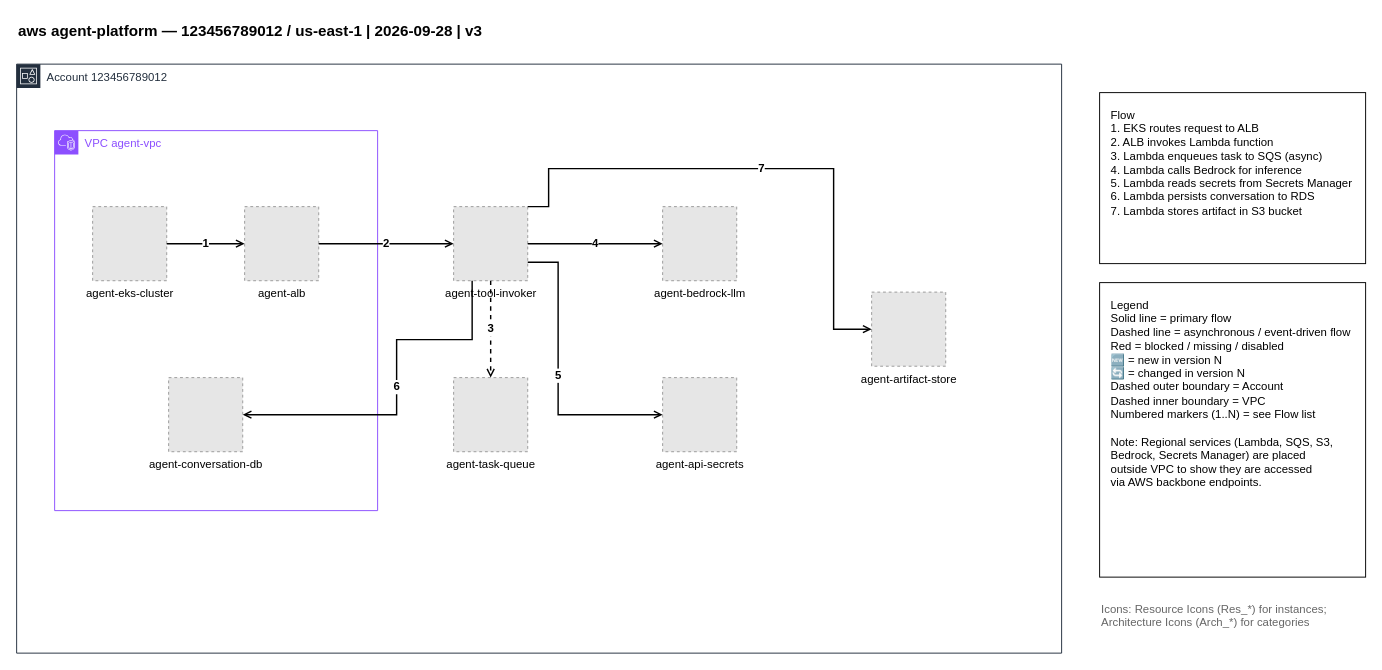
Earlier version of the draw.io diagram examples/aws/01-aws-agent-platform.drawio (totoshko88/Cloud_Architecture). Source tidied: cells renumbered, new cells numbered last; positions are measured from the earlier drawing's top-left corner, leaving out a move shared by most shapes. Both pictures are drawn from the tidied source at 95%, with x=0, y=0 at pixel (16, 16). Pictures stored in the file or linked from it are replaced by grey dashed boxes.
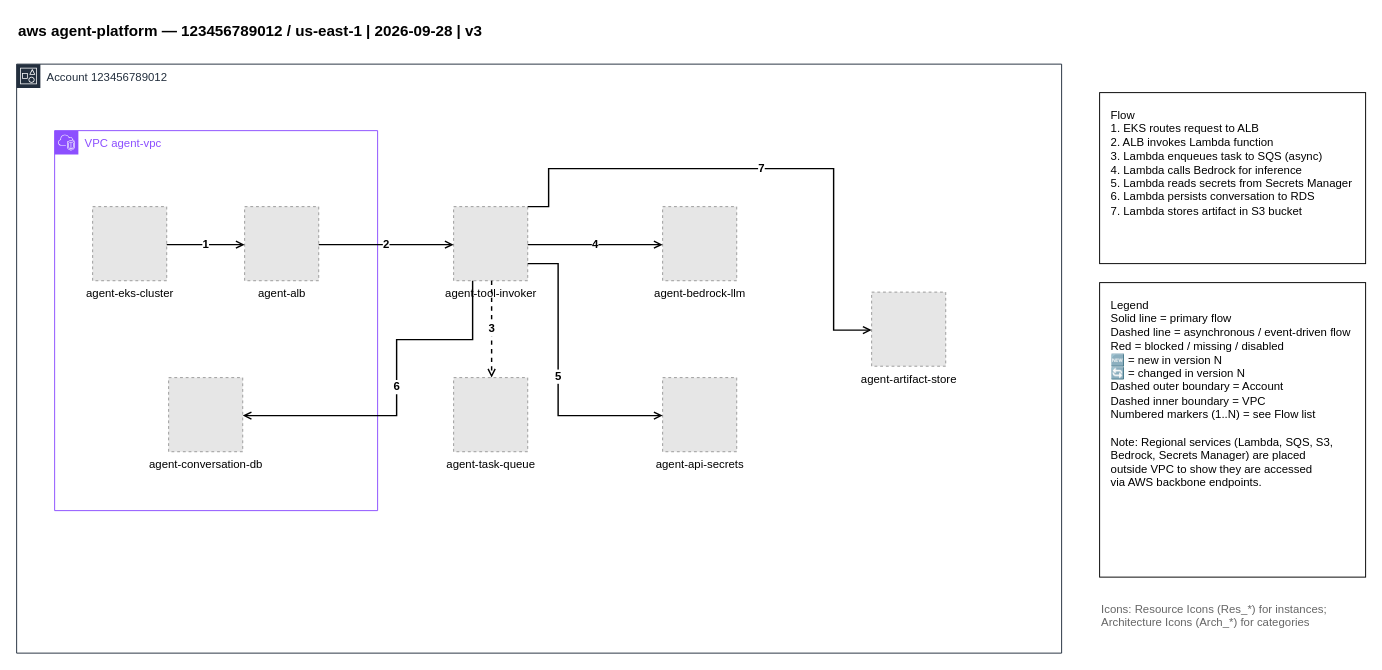
The same diagram, later.

Commit message (it also covers changes not shown here):
fix(aws/01): orthogonalise diagonal edge legs (validate gate); regen raster

Unchanged cells that the change refers to:
```xml
<mxCell id="5" value="agent-eks-cluster" style="fillColor=#E6E6E6;strokeColor=#999999;dashed=1;verticalLabelPosition=bottom;verticalAlign=top;html=1;align=center;fontSize=12;" parent="1" vertex="1">
  <mxGeometry x="80" y="200" width="78" height="78" as="geometry" />
</mxCell>
<mxCell id="6" value="agent-alb" style="fillColor=#E6E6E6;strokeColor=#999999;dashed=1;verticalLabelPosition=bottom;verticalAlign=top;html=1;align=center;fontSize=12;" parent="1" vertex="1">
  <mxGeometry x="240" y="200" width="78" height="78" as="geometry" />
</mxCell>
<mxCell id="7" value="agent-conversation-db" style="fillColor=#E6E6E6;strokeColor=#999999;dashed=1;verticalLabelPosition=bottom;verticalAlign=top;html=1;align=center;fontSize=12;" parent="1" vertex="1">
  <mxGeometry x="160" y="380" width="78" height="78" as="geometry" />
</mxCell>
<mxCell id="8" value="agent-tool-invoker" style="fillColor=#E6E6E6;strokeColor=#999999;dashed=1;verticalLabelPosition=bottom;verticalAlign=top;html=1;align=center;fontSize=12;" parent="1" vertex="1">
  <mxGeometry x="460" y="200" width="78" height="78" as="geometry" />
</mxCell>
<mxCell id="9" value="agent-task-queue" style="fillColor=#E6E6E6;strokeColor=#999999;dashed=1;verticalLabelPosition=bottom;verticalAlign=top;html=1;align=center;fontSize=12;" parent="1" vertex="1">
  <mxGeometry x="460" y="380" width="78" height="78" as="geometry" />
</mxCell>
<mxCell id="10" value="agent-bedrock-llm" style="fillColor=#E6E6E6;strokeColor=#999999;dashed=1;verticalLabelPosition=bottom;verticalAlign=top;html=1;align=center;fontSize=12;" parent="1" vertex="1">
  <mxGeometry x="680" y="200" width="78" height="78" as="geometry" />
</mxCell>
<mxCell id="11" value="agent-api-secrets" style="fillColor=#E6E6E6;strokeColor=#999999;dashed=1;verticalLabelPosition=bottom;verticalAlign=top;html=1;align=center;fontSize=12;" parent="1" vertex="1">
  <mxGeometry x="680" y="380" width="78" height="78" as="geometry" />
</mxCell>
<mxCell id="12" value="agent-artifact-store" style="fillColor=#E6E6E6;strokeColor=#999999;dashed=1;verticalLabelPosition=bottom;verticalAlign=top;html=1;align=center;fontSize=12;" parent="1" vertex="1">
  <mxGeometry x="900" y="290" width="78" height="78" as="geometry" />
</mxCell>
```

Change to the diagram source:
```diff
@@
-    <mxCell id="13" value="1" style="edgeStyle=orthogonalEdgeStyle;rounded=0;html=1;endArrow=open;endFill=0;strokeWidth=1.5;exitX=1;exitY=0.5;entryX=0;entryY=0.5;fontSize=12;fontStyle=1;" parent="1" edge="1" source="5" target="6">
+    <mxCell id="13" value="1" style="edgeStyle=orthogonalEdgeStyle;rounded=0;html=1;endArrow=open;endFill=0;strokeWidth=1.5;exitX=1;exitY=0.5128;entryX=0;entryY=0.5128;fontSize=12;fontStyle=1;" parent="1" edge="1" source="5" target="6">
       <mxGeometry relative="1" as="geometry" />
     </mxCell>
-    <mxCell id="14" value="2" style="edgeStyle=orthogonalEdgeStyle;rounded=0;html=1;endArrow=open;endFill=0;strokeWidth=1.5;exitX=1;exitY=0.5;entryX=0;entryY=0.5;fontSize=12;fontStyle=1;" parent="1" edge="1" source="6" target="8">
+    <mxCell id="14" value="2" style="edgeStyle=orthogonalEdgeStyle;rounded=0;html=1;endArrow=open;endFill=0;strokeWidth=1.5;exitX=1;exitY=0.5128;entryX=0;entryY=0.5128;fontSize=12;fontStyle=1;" parent="1" edge="1" source="6" target="8">
       <mxGeometry relative="1" as="geometry" />
     </mxCell>
-    <mxCell id="15" value="3" style="edgeStyle=orthogonalEdgeStyle;rounded=0;html=1;dashed=1;endArrow=open;endFill=0;strokeWidth=1.5;exitX=0.5;exitY=1;entryX=0.5;entryY=0;fontSize=12;fontStyle=1;" parent="1" edge="1" source="8" target="9">
+    <mxCell id="15" value="3" style="edgeStyle=orthogonalEdgeStyle;rounded=0;html=1;dashed=1;endArrow=open;endFill=0;strokeWidth=1.5;exitX=0.5128;exitY=1;entryX=0.5128;entryY=0;fontSize=12;fontStyle=1;" parent="1" edge="1" source="8" target="9">
       <mxGeometry relative="1" as="geometry" />
     </mxCell>
-    <mxCell id="16" value="4" style="edgeStyle=orthogonalEdgeStyle;rounded=0;html=1;endArrow=open;endFill=0;strokeWidth=1.5;exitX=1;exitY=0.5;entryX=0;entryY=0.5;fontSize=12;fontStyle=1;" parent="1" edge="1" source="8" target="10">
+    <mxCell id="16" value="4" style="edgeStyle=orthogonalEdgeStyle;rounded=0;html=1;endArrow=open;endFill=0;strokeWidth=1.5;exitX=1;exitY=0.5128;entryX=0;entryY=0.5128;fontSize=12;fontStyle=1;" parent="1" edge="1" source="8" target="10">
       <mxGeometry relative="1" as="geometry" />
     </mxCell>
-    <mxCell id="17" value="5" style="edgeStyle=orthogonalEdgeStyle;rounded=0;html=1;endArrow=open;endFill=0;strokeWidth=1.5;exitX=1;exitY=0.75;entryX=0;entryY=0.5;fontSize=12;fontStyle=1;" parent="1" edge="1" source="8" target="11">
+    <mxCell id="17" value="5" style="edgeStyle=orthogonalEdgeStyle;rounded=0;html=1;endArrow=open;endFill=0;strokeWidth=1.5;exitX=1;exitY=0.7692;entryX=0;entryY=0.5128;fontSize=12;fontStyle=1;" parent="1" edge="1" source="8" target="11">
       <mxGeometry relative="1" as="geometry">
         <Array as="points">
-          <mxPoint x="570" y="258" />
-          <mxPoint x="570" y="419" />
+          <mxPoint x="570" y="260" />
+          <mxPoint x="570" y="420" />
         </Array>
       </mxGeometry>
     </mxCell>
-    <mxCell id="18" value="6" style="edgeStyle=orthogonalEdgeStyle;rounded=0;html=1;endArrow=open;endFill=0;strokeWidth=1.5;exitX=0.25;exitY=1;entryX=1;entryY=0.5;fontSize=12;fontStyle=1;" parent="1" edge="1" source="8" target="7">
+    <mxCell id="18" value="6" style="edgeStyle=orthogonalEdgeStyle;rounded=0;html=1;endArrow=open;endFill=0;strokeWidth=1.5;exitX=0.2564;exitY=1;entryX=1;entryY=0.5128;fontSize=12;fontStyle=1;" parent="1" edge="1" source="8" target="7">
       <mxGeometry relative="1" as="geometry">
         <Array as="points">
           <mxPoint x="480" y="340" />
           <mxPoint x="400" y="340" />
-          <mxPoint x="400" y="419" />
+          <mxPoint x="400" y="420" />
         </Array>
       </mxGeometry>
     </mxCell>
-    <mxCell id="19" value="7" style="edgeStyle=orthogonalEdgeStyle;rounded=0;html=1;endArrow=open;endFill=0;strokeWidth=1.5;exitX=1;exitY=0;entryX=0;entryY=0.5;fontSize=12;fontStyle=1;" parent="1" edge="1" source="8" target="12">
+    <mxCell id="19" value="7" style="edgeStyle=orthogonalEdgeStyle;rounded=0;html=1;endArrow=open;endFill=0;strokeWidth=1.5;exitX=1;exitY=0;entryX=0;entryY=0.5128;fontSize=12;fontStyle=1;" parent="1" edge="1" source="8" target="12">
       <mxGeometry relative="1" as="geometry">
         <Array as="points">
           <mxPoint x="560" y="200" />
           <mxPoint x="560" y="160" />
           <mxPoint x="860" y="160" />
-          <mxPoint x="860" y="329" />
+          <mxPoint x="860" y="330" />
         </Array>
       </mxGeometry>
     </mxCell>
```
